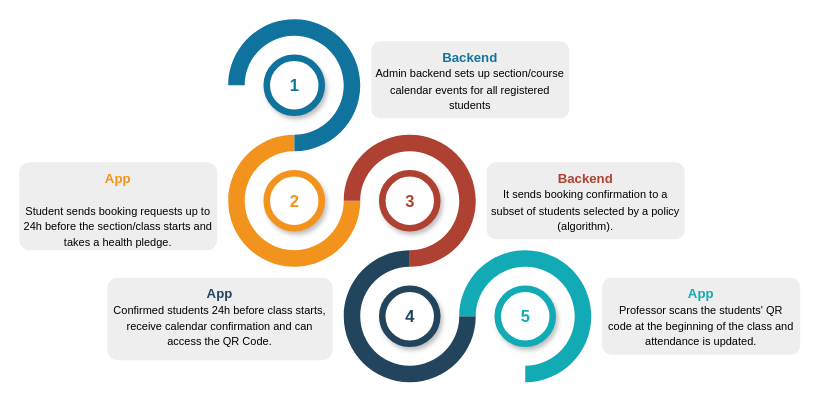
pantelis/aiml-common keeps this draw.io diagram as page "flow" (2 of 5) of lectures/ai-systems/going-back-to-work/images/going-back-to-work.drawio. Above is the earlier version. Source tidied: cells renumbered, new cells numbered last; positions are measured from the earlier drawing's top-left corner, leaving out a move shared by most shapes. Both pictures are drawn from the tidied source at 110%, with x=0, y=0 at pixel (19, 19).
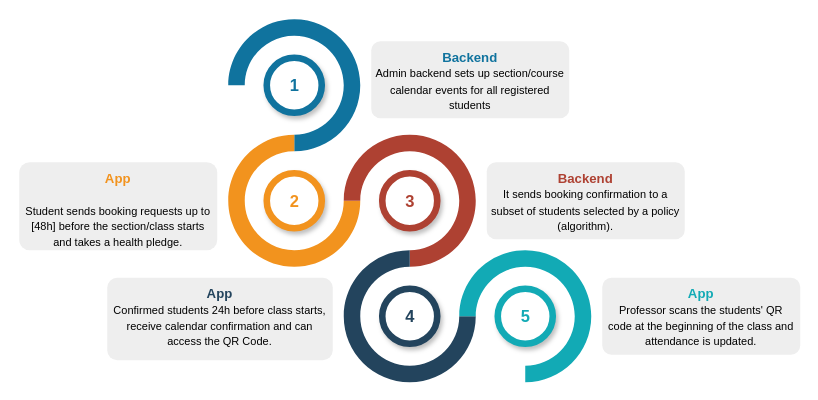
After the change.

Change to the diagram source:
```diff
@@
 <mxGraphModel>
   <root>
     <mxCell id="0" />
     <mxCell id="1" parent="0" />
     <mxCell id="2" style="verticalLabelPosition=bottom;verticalAlign=top;html=1;shape=mxgraph.basic.partConcEllipse;startAngle=0.75;endAngle=0.5;arcWidth=0.25;fillColor=#10739E;strokeColor=none;shadow=0;" parent="1" vertex="1">
       <mxGeometry x="190" width="120" height="120" as="geometry" />
     </mxCell>
     <mxCell id="3" style="verticalLabelPosition=bottom;verticalAlign=top;html=1;shape=mxgraph.basic.partConcEllipse;startAngle=0.25;endAngle=0;arcWidth=0.25;fillColor=#F2931E;strokeColor=none;shadow=0;" parent="1" vertex="1">
       <mxGeometry x="190" y="105" width="120" height="120" as="geometry" />
     </mxCell>
     <mxCell id="4" style="verticalLabelPosition=bottom;verticalAlign=top;html=1;shape=mxgraph.basic.partConcEllipse;startAngle=0.75;endAngle=0.5;arcWidth=0.25;fillColor=#AE4132;strokeColor=none;shadow=0;" parent="1" vertex="1">
       <mxGeometry x="295" y="105" width="120" height="120" as="geometry" />
     </mxCell>
     <mxCell id="5" style="verticalLabelPosition=bottom;verticalAlign=top;html=1;shape=mxgraph.basic.partConcEllipse;startAngle=0.25;endAngle=0;arcWidth=0.25;fillColor=#23445D;strokeColor=none;shadow=0;" parent="1" vertex="1">
       <mxGeometry x="295" y="210" width="120" height="120" as="geometry" />
     </mxCell>
     <mxCell id="6" style="verticalLabelPosition=bottom;verticalAlign=top;html=1;shape=mxgraph.basic.partConcEllipse;startAngle=0.75;endAngle=0.5;arcWidth=0.25;fillColor=#12AAB5;strokeColor=none;shadow=0;" parent="1" vertex="1">
       <mxGeometry x="400" y="210" width="120" height="120" as="geometry" />
     </mxCell>
     <mxCell id="7" value="1" style="shape=ellipse;strokeWidth=6;strokeColor=#10739E;fontSize=15;html=1;fontStyle=1;fontColor=#10739E;shadow=1;" parent="1" vertex="1">
       <mxGeometry x="225" y="35" width="50" height="50" as="geometry" />
     </mxCell>
     <mxCell id="8" value="2" style="shape=ellipse;strokeWidth=6;strokeColor=#F2931E;fontSize=15;html=1;fontStyle=1;fontColor=#F2931E;shadow=1;" parent="1" vertex="1">
       <mxGeometry x="225" y="140" width="50" height="50" as="geometry" />
     </mxCell>
     <mxCell id="9" value="3" style="shape=ellipse;strokeWidth=6;strokeColor=#AE4132;fontSize=15;html=1;fontStyle=1;fontColor=#AE4132;shadow=1;" parent="1" vertex="1">
       <mxGeometry x="330" y="140" width="50" height="50" as="geometry" />
     </mxCell>
     <mxCell id="10" value="4" style="shape=ellipse;strokeWidth=6;strokeColor=#23445D;fontSize=15;html=1;fontStyle=1;fontColor=#23445D;shadow=1;" parent="1" vertex="1">
       <mxGeometry x="330" y="245" width="50" height="50" as="geometry" />
     </mxCell>
     <mxCell id="11" value="5" style="shape=ellipse;strokeWidth=6;strokeColor=#12AAB5;fontSize=15;html=1;fontStyle=1;fontColor=#12AAB5;shadow=1;" parent="1" vertex="1">
       <mxGeometry x="435" y="245" width="50" height="50" as="geometry" />
     </mxCell>
     <mxCell id="12" value="&lt;font style=&quot;font-size: 10px&quot;&gt;&lt;font style=&quot;font-size: 12px&quot; color=&quot;#10739E&quot;&gt;&lt;b&gt;Backend&lt;/b&gt;&lt;/font&gt;&lt;br&gt;&lt;font size=&quot;1&quot;&gt;Admin backend sets up section/course calendar events for all registered students&lt;/font&gt;&lt;/font&gt;" style="rounded=1;strokeColor=none;fillColor=#EEEEEE;align=center;arcSize=12;verticalAlign=top;whiteSpace=wrap;html=1;fontSize=12;spacing=3;shadow=0;" parent="1" vertex="1">
       <mxGeometry x="320" y="20" width="180" height="70" as="geometry" />
     </mxCell>
-    <mxCell id="13" value="&lt;font&gt;&lt;font style=&quot;font-size: 12px&quot; color=&quot;#F2931E&quot;&gt;&lt;b&gt;App&lt;/b&gt;&lt;/font&gt;&lt;br&gt;&lt;br&gt;&lt;span style=&quot;font-size: 10px&quot;&gt;Student sends booking requests up to 24h before the section/class starts and takes a health pledge.&lt;/span&gt;&lt;br&gt;&lt;/font&gt;" style="rounded=1;strokeColor=none;fillColor=#EEEEEE;align=center;arcSize=12;verticalAlign=top;whiteSpace=wrap;html=1;fontSize=12;spacing=3;shadow=0;" parent="1" vertex="1">
+    <mxCell id="13" value="&lt;font&gt;&lt;font style=&quot;font-size: 12px&quot; color=&quot;#F2931E&quot;&gt;&lt;b&gt;App&lt;/b&gt;&lt;/font&gt;&lt;br&gt;&lt;br&gt;&lt;span style=&quot;font-size: 10px&quot;&gt;Student sends booking requests up to [48h] before the section/class starts and takes a health pledge.&lt;/span&gt;&lt;br&gt;&lt;/font&gt;" style="rounded=1;strokeColor=none;fillColor=#EEEEEE;align=center;arcSize=12;verticalAlign=top;whiteSpace=wrap;html=1;fontSize=12;spacing=3;shadow=0;" parent="1" vertex="1">
       <mxGeometry y="130" width="180" height="80" as="geometry" />
     </mxCell>
     <mxCell id="14" value="&lt;font&gt;&lt;font style=&quot;font-size: 12px&quot; color=&quot;#AE4132&quot;&gt;&lt;b&gt;Backend&lt;/b&gt;&lt;/font&gt;&lt;br&gt;&lt;span style=&quot;font-size: 10px&quot;&gt;It sends booking confirmation to a subset of students selected by a policy (algorithm).&lt;/span&gt;&lt;br&gt;&lt;/font&gt;" style="rounded=1;strokeColor=none;fillColor=#EEEEEE;align=center;arcSize=12;verticalAlign=top;whiteSpace=wrap;html=1;fontSize=12;spacing=3;shadow=0;" parent="1" vertex="1">
       <mxGeometry x="425" y="130" width="180" height="70" as="geometry" />
     </mxCell>
     <mxCell id="15" value="&lt;font&gt;&lt;font style=&quot;font-size: 12px&quot; color=&quot;#23445D&quot;&gt;&lt;b&gt;App&lt;/b&gt;&lt;/font&gt;&lt;br&gt;&lt;font size=&quot;1&quot;&gt;Confirmed students 24h before class starts, receive&amp;nbsp;&lt;/font&gt;&lt;span style=&quot;font-size: x-small&quot;&gt;calendar confirmation and can access the&amp;nbsp;&lt;/span&gt;&lt;font size=&quot;1&quot;&gt;QR Code.&lt;/font&gt;&lt;br&gt;&lt;/font&gt;" style="rounded=1;strokeColor=none;fillColor=#EEEEEE;align=center;arcSize=12;verticalAlign=top;whiteSpace=wrap;html=1;fontSize=12;spacing=3;shadow=0;" parent="1" vertex="1">
       <mxGeometry x="80" y="235" width="205" height="75" as="geometry" />
     </mxCell>
     <mxCell id="16" value="&lt;font&gt;&lt;font color=&quot;#12aab5&quot;&gt;&lt;b&gt;App&lt;/b&gt;&lt;/font&gt;&lt;br&gt;&lt;font size=&quot;1&quot;&gt;Professor scans the students' QR code&amp;nbsp;&lt;/font&gt;&lt;span style=&quot;font-size: x-small&quot;&gt;at the beginning of the class and attendance is updated.&lt;/span&gt;&lt;br&gt;&lt;/font&gt;" style="rounded=1;strokeColor=none;fillColor=#EEEEEE;align=center;arcSize=12;verticalAlign=top;whiteSpace=wrap;html=1;fontSize=12;spacing=3;shadow=0;" parent="1" vertex="1">
       <mxGeometry x="530" y="235" width="180" height="70" as="geometry" />
     </mxCell>
   </root>
 </mxGraphModel>
```
